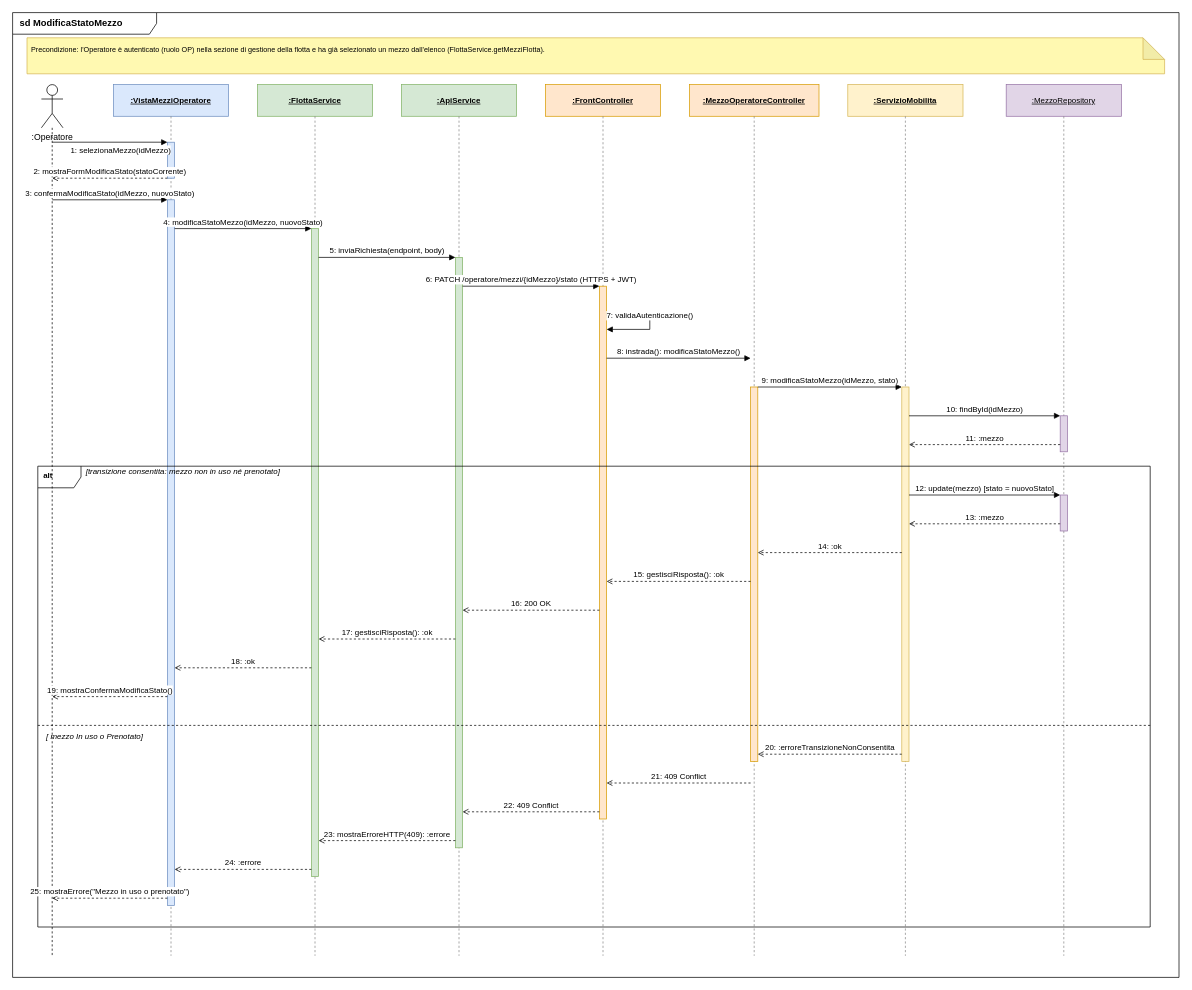
Before: docs/Diagrammi/Diagrammi di Sequenza/Flavio/sprint1/sequence_modifica_stato_mezzo.drawio in FrancescoGiannulo/SmartMobility, a draw.io diagram. Source tidied: cells renumbered, new cells numbered last; positions are measured from the earlier drawing's top-left corner, leaving out a move shared by most shapes. Both pictures are drawn from the tidied source at 72%, with x=0, y=0 at pixel (12, 12).
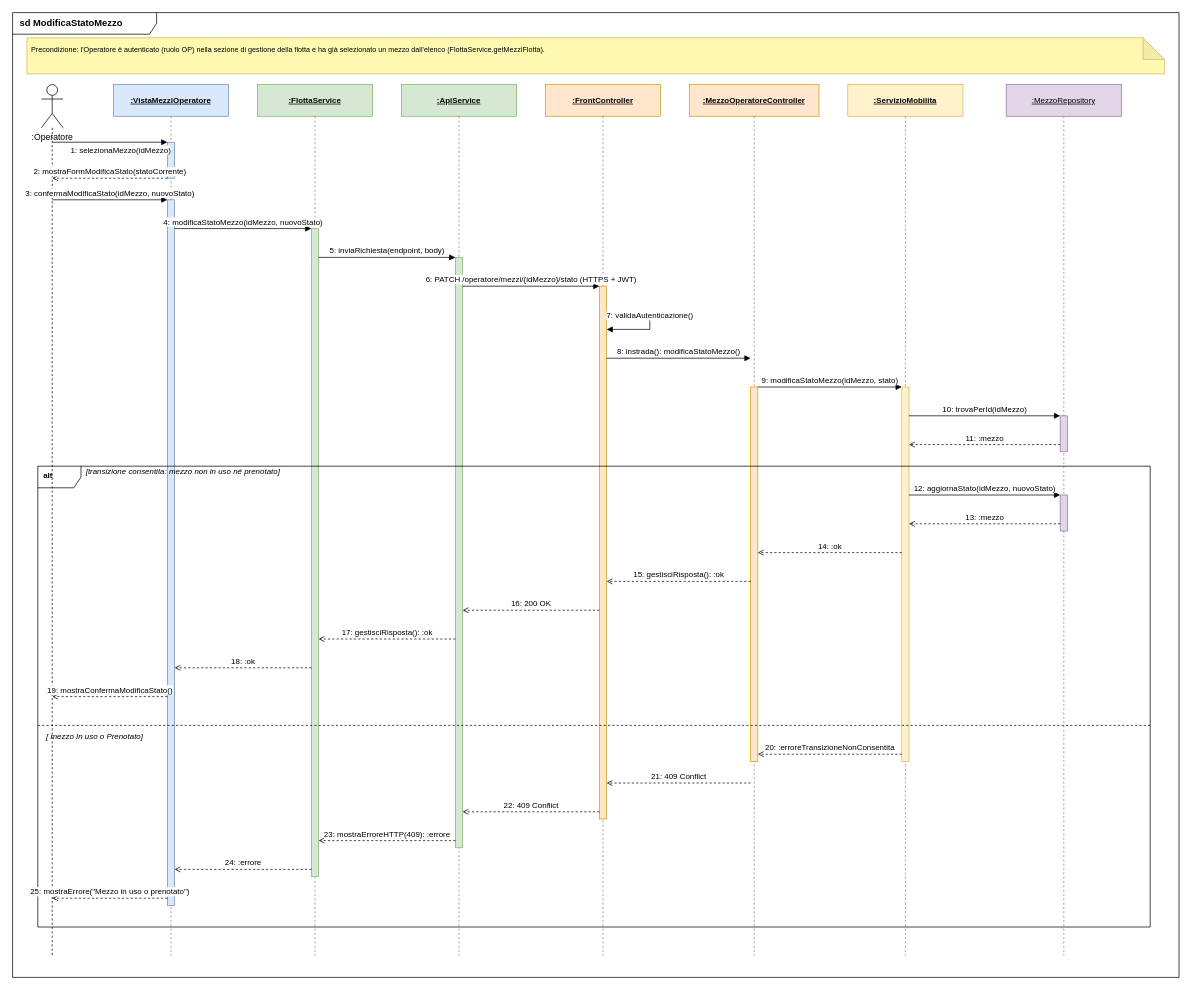
The same diagram, later.

Change to the diagram source:
```diff
@@
-    <mxCell id="38" value="10: findById(idMezzo)" style="html=1;verticalAlign=bottom;endArrow=block;endFill=1;fontSize=11;" parent="1" edge="1">
+    <mxCell id="38" value="10: trovaPerId(idMezzo)" style="html=1;verticalAlign=bottom;endArrow=block;endFill=1;fontSize=11;" parent="1" edge="1">
       <mxGeometry relative="1" as="geometry">
         <mxPoint x="1245" y="560" as="sourcePoint" />
         <mxPoint x="1455" y="560" as="targetPoint" />
       </mxGeometry>
     </mxCell>
@@
-    <mxCell id="44" value="12: update(mezzo) [stato = nuovoStato]" style="html=1;verticalAlign=bottom;endArrow=block;endFill=1;fontSize=11;" parent="1" edge="1">
+    <mxCell id="44" value="12: aggiornaStato(idMezzo, nuovoStato)" style="html=1;verticalAlign=bottom;endArrow=block;endFill=1;fontSize=11;" parent="1" edge="1">
       <mxGeometry relative="1" as="geometry">
         <mxPoint x="1245" y="670" as="sourcePoint" />
         <mxPoint x="1455" y="670" as="targetPoint" />
       </mxGeometry>
     </mxCell>
```
